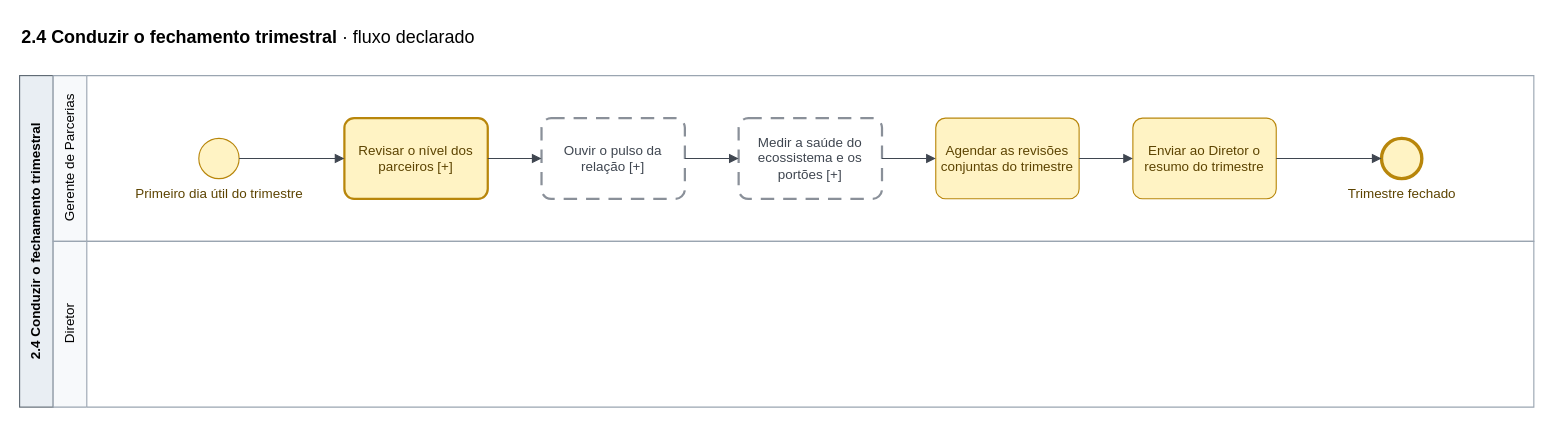
This is page "2.4 Conduzir o fechamento trimestral" (5 of 19) of mapeamentos/wise-partners-to-be/saidas/mapa.drawio from Guilherme-MFaccin/Wise-Partners, a draw.io file, before an edit. Source tidied: cells renumbered, new cells numbered last; positions are measured from the earlier drawing's top-left corner, leaving out a move shared by most shapes. Both pictures are drawn from the tidied source at 112%, with x=0, y=0 at pixel (19, 19).
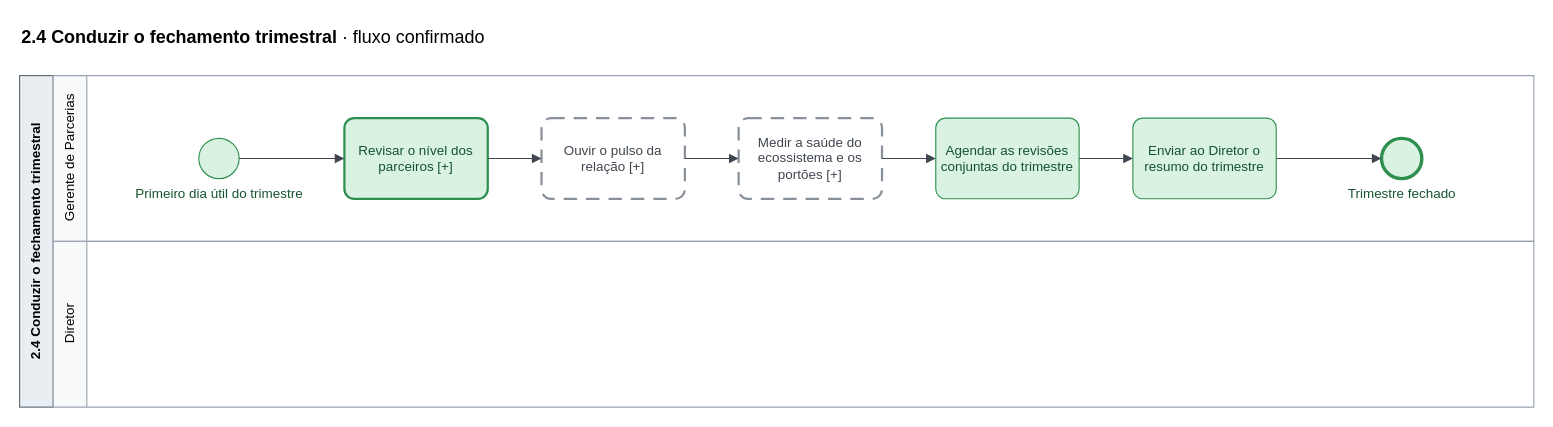
The same page after the edit.

Diff of the diagram source:
```diff
@@
 <mxGraphModel>
   <root>
     <mxCell id="0" />
     <mxCell id="1" parent="0" />
-    <mxCell id="2" value="&lt;b&gt;2.4 Conduzir o fechamento trimestral&lt;/b&gt;  ·  fluxo declarado" style="text;html=1;fontSize=16;align=left;verticalAlign=middle;strokeColor=none;fillColor=none;" parent="1" vertex="1">
+    <mxCell id="2" value="&lt;b&gt;2.4 Conduzir o fechamento trimestral&lt;/b&gt;  ·  fluxo confirmado" style="text;html=1;fontSize=16;align=left;verticalAlign=middle;strokeColor=none;fillColor=none;" parent="1" vertex="1">
       <mxGeometry width="700" height="30" as="geometry" />
     </mxCell>
     <mxCell id="3" value="2.4 Conduzir o fechamento trimestral" style="rounded=0;whiteSpace=wrap;html=1;horizontal=0;fillColor=#E9EEF3;strokeColor=#5B6670;fontStyle=1;" parent="1" vertex="1">
       <mxGeometry y="50" width="30" height="296" as="geometry" />
     </mxCell>
     <mxCell id="4" value="Gerente de Parcerias" style="swimlane;horizontal=0;startSize=30;html=1;fillColor=#F7F9FB;swimlaneFillColor=#FFFFFF;strokeColor=#9AA5B1;fontStyle=0;" parent="1" vertex="1">
       <mxGeometry x="30" y="50" width="1322" height="148" as="geometry" />
     </mxCell>
     <mxCell id="5" value="Diretor" style="swimlane;horizontal=0;startSize=30;html=1;fillColor=#F7F9FB;swimlaneFillColor=#FFFFFF;strokeColor=#9AA5B1;fontStyle=0;" parent="1" vertex="1">
       <mxGeometry x="30" y="198" width="1322" height="148" as="geometry" />
     </mxCell>
-    <mxCell id="6" value="Primeiro dia útil do trimestre" style="ellipse;html=1;fillColor=#FFF3C4;strokeColor=#B8860B;fontColor=#5C4300;verticalLabelPosition=bottom;verticalAlign=top;labelPosition=center;align=center;" parent="1" vertex="1">
+    <mxCell id="6" value="Primeiro dia útil do trimestre" style="ellipse;html=1;fillColor=#D9F2E1;strokeColor=#2F8F4E;fontColor=#14532D;verticalLabelPosition=bottom;verticalAlign=top;labelPosition=center;align=center;" parent="1" vertex="1">
       <mxGeometry x="160" y="106" width="36" height="36" as="geometry" />
     </mxCell>
-    <mxCell id="7" value="Revisar o nível dos parceiros [+]" style="rounded=1;whiteSpace=wrap;html=1;arcSize=12;strokeWidth=2;fillColor=#FFF3C4;strokeColor=#B8860B;fontColor=#5C4300;" parent="1" vertex="1">
+    <mxCell id="7" value="Revisar o nível dos parceiros [+]" style="rounded=1;whiteSpace=wrap;html=1;arcSize=12;strokeWidth=2;fillColor=#D9F2E1;strokeColor=#2F8F4E;fontColor=#14532D;" parent="1" vertex="1">
       <mxGeometry x="290" y="88" width="128" height="72" as="geometry" />
     </mxCell>
     <mxCell id="8" value="Ouvir o pulso da relação [+]" style="rounded=1;whiteSpace=wrap;html=1;arcSize=12;strokeWidth=2;fillColor=#FFFFFF;strokeColor=#8A9099;fontColor=#3F4650;dashed=1;dashPattern=6 4;" parent="1" vertex="1">
       <mxGeometry x="466" y="88" width="128" height="72" as="geometry" />
     </mxCell>
     <mxCell id="9" value="Medir a saúde do ecossistema e os portões [+]" style="rounded=1;whiteSpace=wrap;html=1;arcSize=12;strokeWidth=2;fillColor=#FFFFFF;strokeColor=#8A9099;fontColor=#3F4650;dashed=1;dashPattern=6 4;" parent="1" vertex="1">
       <mxGeometry x="642" y="88" width="128" height="72" as="geometry" />
     </mxCell>
-    <mxCell id="10" value="Agendar as revisões conjuntas do trimestre" style="rounded=1;whiteSpace=wrap;html=1;arcSize=12;fillColor=#FFF3C4;strokeColor=#B8860B;fontColor=#5C4300;" parent="1" vertex="1">
+    <mxCell id="10" value="Agendar as revisões conjuntas do trimestre" style="rounded=1;whiteSpace=wrap;html=1;arcSize=12;fillColor=#D9F2E1;strokeColor=#2F8F4E;fontColor=#14532D;" parent="1" vertex="1">
       <mxGeometry x="818" y="88" width="128" height="72" as="geometry" />
     </mxCell>
-    <mxCell id="11" value="Enviar ao Diretor o resumo do trimestre" style="rounded=1;whiteSpace=wrap;html=1;arcSize=12;fillColor=#FFF3C4;strokeColor=#B8860B;fontColor=#5C4300;" parent="1" vertex="1">
+    <mxCell id="11" value="Enviar ao Diretor o resumo do trimestre" style="rounded=1;whiteSpace=wrap;html=1;arcSize=12;fillColor=#D9F2E1;strokeColor=#2F8F4E;fontColor=#14532D;" parent="1" vertex="1">
       <mxGeometry x="994" y="88" width="128" height="72" as="geometry" />
     </mxCell>
-    <mxCell id="12" value="Trimestre fechado" style="ellipse;html=1;strokeWidth=3;fillColor=#FFF3C4;strokeColor=#B8860B;fontColor=#5C4300;verticalLabelPosition=bottom;verticalAlign=top;labelPosition=center;align=center;" parent="1" vertex="1">
+    <mxCell id="12" value="Trimestre fechado" style="ellipse;html=1;strokeWidth=3;fillColor=#D9F2E1;strokeColor=#2F8F4E;fontColor=#14532D;verticalLabelPosition=bottom;verticalAlign=top;labelPosition=center;align=center;" parent="1" vertex="1">
       <mxGeometry x="1216" y="106" width="36" height="36" as="geometry" />
     </mxCell>
     <mxCell id="13" style="edgeStyle=orthogonalEdgeStyle;rounded=0;html=1;endArrow=block;endFill=1;strokeColor=#3F4650;" parent="1" edge="1" source="6" target="7">
       <mxGeometry relative="1" as="geometry" />
     </mxCell>
     <mxCell id="14" style="edgeStyle=orthogonalEdgeStyle;rounded=0;html=1;endArrow=block;endFill=1;strokeColor=#3F4650;" parent="1" edge="1" source="7" target="8">
       <mxGeometry relative="1" as="geometry" />
     </mxCell>
     <mxCell id="15" style="edgeStyle=orthogonalEdgeStyle;rounded=0;html=1;endArrow=block;endFill=1;strokeColor=#3F4650;" parent="1" edge="1" source="8" target="9">
       <mxGeometry relative="1" as="geometry" />
     </mxCell>
     <mxCell id="16" style="edgeStyle=orthogonalEdgeStyle;rounded=0;html=1;endArrow=block;endFill=1;strokeColor=#3F4650;" parent="1" edge="1" source="9" target="10">
       <mxGeometry relative="1" as="geometry" />
     </mxCell>
     <mxCell id="17" style="edgeStyle=orthogonalEdgeStyle;rounded=0;html=1;endArrow=block;endFill=1;strokeColor=#3F4650;" parent="1" edge="1" source="10" target="11">
       <mxGeometry relative="1" as="geometry" />
     </mxCell>
     <mxCell id="18" style="edgeStyle=orthogonalEdgeStyle;rounded=0;html=1;endArrow=block;endFill=1;strokeColor=#3F4650;" parent="1" edge="1" source="11" target="12">
       <mxGeometry relative="1" as="geometry" />
     </mxCell>
   </root>
 </mxGraphModel>
```
